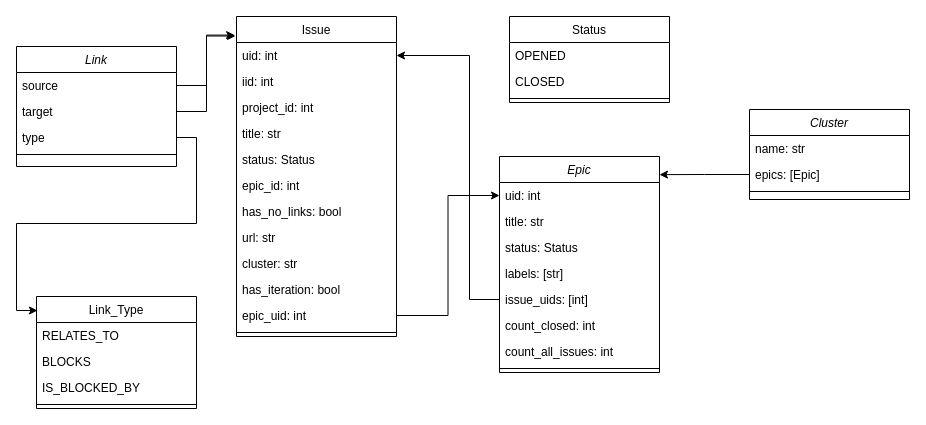
The draw.io diagram model/classes.drawio in Feanya/gitlab-issue-visualizer, before the edit. Source tidied: cells renumbered, new cells numbered last; positions are measured from the earlier drawing's top-left corner, leaving out a move shared by most shapes. Both pictures are drawn from the tidied source at 100%, with x=0, y=0 at pixel (16, 16).
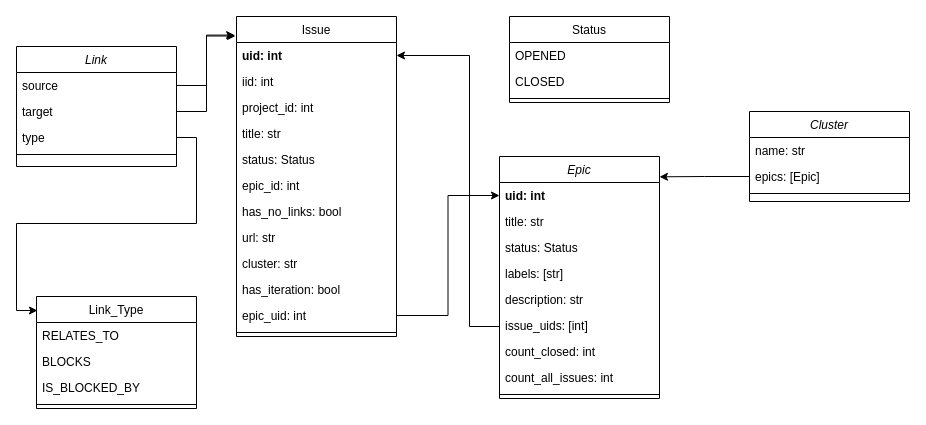
The same page after the edit.

Unchanged cells that the change refers to:
```xml
<mxCell id="11" value="Issue" style="swimlane;fontStyle=0;align=center;verticalAlign=top;horizontal=1;startSize=26;rounded=0;shadow=0;strokeWidth=1;" parent="1" vertex="1">
  <mxGeometry x="220" width="160" height="320" as="geometry" />
</mxCell>
```

Change to the diagram source:
```diff
@@
     <mxCell id="2" value="Epic" style="swimlane;fontStyle=2;align=center;verticalAlign=top;horizontal=1;startSize=26;rounded=0;shadow=0;strokeWidth=1;" parent="1" vertex="1">
-      <mxGeometry x="483" y="140" width="160" height="216" as="geometry" />
+      <mxGeometry x="483" y="140" width="160" height="242" as="geometry" />
     </mxCell>
-    <mxCell id="3" value="uid: int" style="text;align=left;verticalAlign=top;spacingLeft=4;spacingRight=4;overflow=hidden;points=[[0,0.5],[1,0.5]];portConstraint=eastwest;" parent="2" vertex="1">
+    <mxCell id="3" value="uid: int" style="text;align=left;verticalAlign=top;spacingLeft=4;spacingRight=4;overflow=hidden;points=[[0,0.5],[1,0.5]];portConstraint=eastwest;fontStyle=1;" parent="2" vertex="1">
       <mxGeometry y="26" width="160" height="26" as="geometry" />
     </mxCell>
@@
+    <mxCell id="48" value="description: str" style="text;align=left;verticalAlign=top;spacingLeft=4;spacingRight=4;overflow=hidden;rounded=0;shadow=0;html=0;" parent="2" vertex="1">
+      <mxGeometry y="130" width="160" height="26" as="geometry" />
+    </mxCell>
     <mxCell id="7" value="issue_uids: [int]" style="text;align=left;verticalAlign=top;spacingLeft=4;spacingRight=4;overflow=hidden;points=[[0,0.5],[1,0.5]];portConstraint=eastwest;rounded=0;shadow=0;html=0;" parent="2" vertex="1">
-      <mxGeometry y="130" width="160" height="26" as="geometry" />
+      <mxGeometry y="156" width="160" height="26" as="geometry" />
     </mxCell>
     <mxCell id="8" value="count_closed: int" style="text;align=left;verticalAlign=top;spacingLeft=4;spacingRight=4;overflow=hidden;rounded=0;shadow=0;html=0;" parent="2" vertex="1">
-      <mxGeometry y="156" width="160" height="26" as="geometry" />
+      <mxGeometry y="182" width="160" height="26" as="geometry" />
     </mxCell>
     <mxCell id="9" value="count_all_issues: int" style="text;align=left;verticalAlign=top;spacingLeft=4;spacingRight=4;overflow=hidden;rounded=0;shadow=0;html=0;" parent="2" vertex="1">
-      <mxGeometry y="182" width="160" height="26" as="geometry" />
+      <mxGeometry y="208" width="160" height="26" as="geometry" />
     </mxCell>
     <mxCell id="10" style="line;html=1;strokeWidth=1;align=left;verticalAlign=middle;spacingTop=-1;spacingLeft=3;spacingRight=3;labelPosition=right;" parent="2" vertex="1">
-      <mxGeometry y="208" width="160" height="8" as="geometry" />
+      <mxGeometry y="234" width="160" height="8" as="geometry" />
     </mxCell>
@@
-    <mxCell id="12" value="uid: int    " style="text;align=left;verticalAlign=top;spacingLeft=4;spacingRight=4;overflow=hidden;points=[[0,0.5],[1,0.5]];portConstraint=eastwest;" parent="11" vertex="1">
+    <mxCell id="12" value="uid: int    " style="text;align=left;verticalAlign=top;spacingLeft=4;spacingRight=4;overflow=hidden;points=[[0,0.5],[1,0.5]];portConstraint=eastwest;fontStyle=1;" parent="11" vertex="1">
       <mxGeometry y="26" width="160" height="26" as="geometry" />
     </mxCell>
@@
     <mxCell id="41" value="Cluster" style="swimlane;fontStyle=2;align=center;verticalAlign=top;horizontal=1;startSize=26;rounded=0;shadow=0;strokeWidth=1;" parent="1" vertex="1">
-      <mxGeometry x="733" y="93" width="160" height="90" as="geometry" />
+      <mxGeometry x="733" y="95" width="160" height="90" as="geometry" />
     </mxCell>
@@
-    <mxCell id="47" style="edgeStyle=orthogonalEdgeStyle;rounded=0;jettySize=auto;html=1;" parent="1" edge="1" source="7" target="12">
+    <mxCell id="47" style="edgeStyle=orthogonalEdgeStyle;rounded=0;jettySize=auto;html=1;exitX=0;exitY=0.5;exitDx=0;exitDy=0;" parent="1" edge="1" source="7" target="12">
       <mxGeometry relative="1" as="geometry">
         <Array as="points">
-          <mxPoint x="453" y="283" />
+          <mxPoint x="453" y="310" />
           <mxPoint x="453" y="39" />
         </Array>
       </mxGeometry>
     </mxCell>
```
